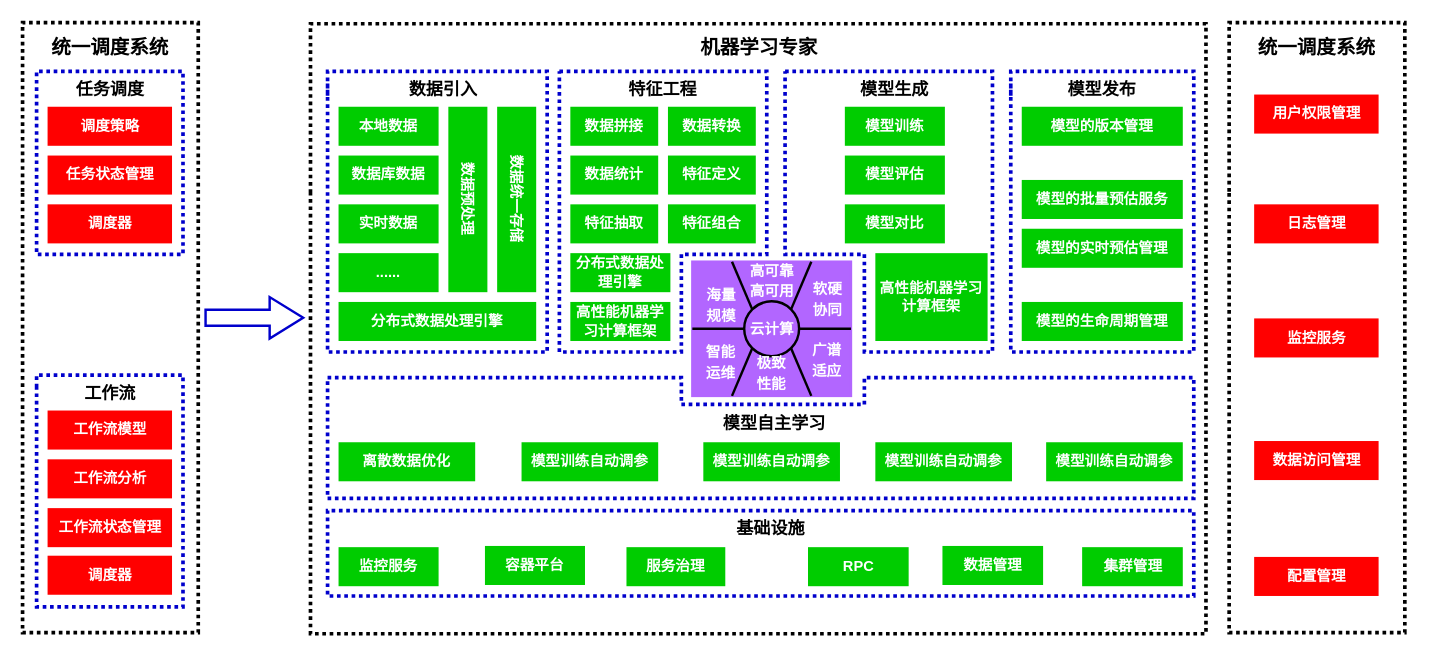
Above: page "第 2 页" (3 of 3) of Untitled Diagram.drawio in chenjgui/Flow-chat (draw.io), before the change. Source tidied: cells renumbered, new cells numbered last; positions are measured from the earlier drawing's top-left corner, leaving out a move shared by most shapes. Both pictures are drawn from the tidied source at 122%, with x=0, y=0 at pixel (22, 22).
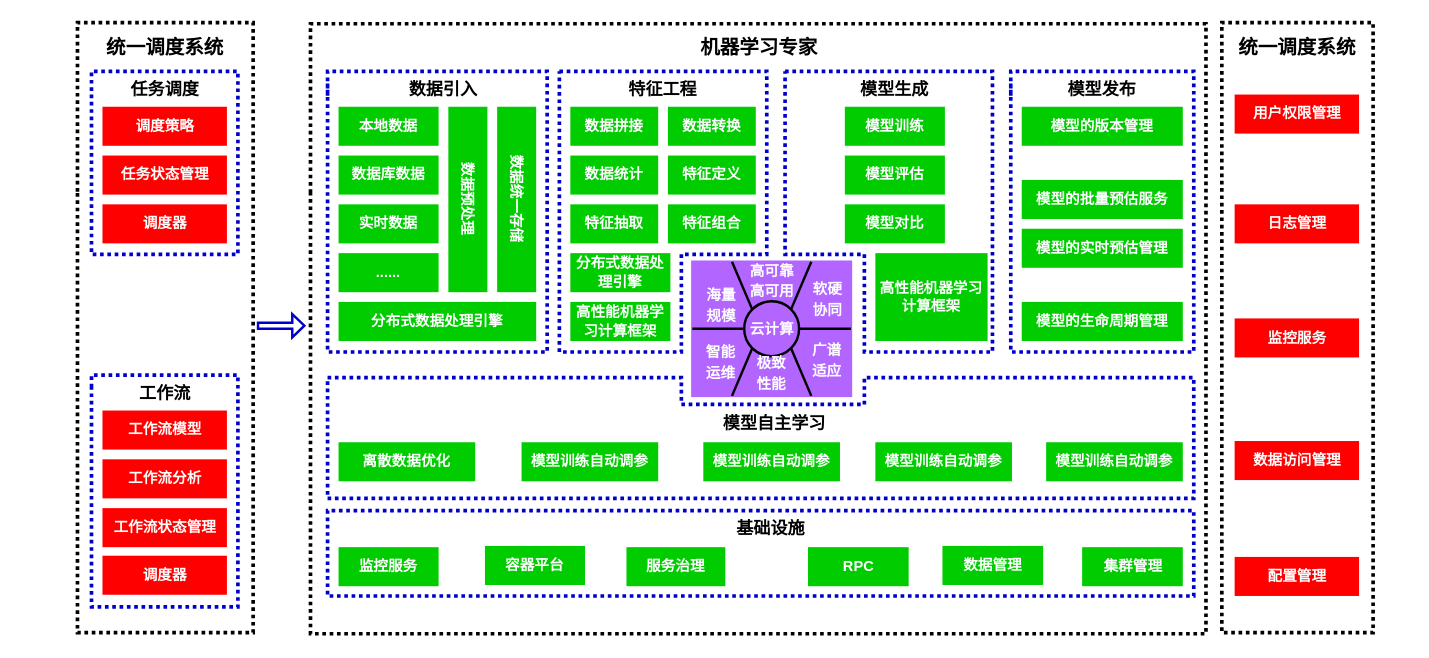
The same page after the edit.

The edit, as a diff of the source:
```diff
@@
     <mxCell id="3" value="&lt;font&gt;&lt;font style=&quot;vertical-align: inherit&quot; color=&quot;#ffffff&quot;&gt;调度策略&lt;/font&gt;&lt;/font&gt;" style="rounded=0;whiteSpace=wrap;html=1;fillColor=#FF0000;strokeColor=#FF0000;strokeWidth=2;fontStyle=1;fontFamily=黑体;" parent="1" vertex="1">
-      <mxGeometry x="21.5" y="70" width="100" height="30" as="geometry" />
+      <mxGeometry x="66.5" y="70" width="100" height="30" as="geometry" />
     </mxCell>
     <mxCell id="4" value="&lt;font color=&quot;#ffffff&quot;&gt;任务状态管理&lt;/font&gt;" style="rounded=0;whiteSpace=wrap;html=1;fillColor=#FF0000;strokeColor=#FF0000;strokeWidth=2;fontStyle=1;fontFamily=黑体;" parent="1" vertex="1">
-      <mxGeometry x="21.5" y="110" width="100" height="30" as="geometry" />
+      <mxGeometry x="66.5" y="110" width="100" height="30" as="geometry" />
     </mxCell>
     <mxCell id="5" value="&lt;font color=&quot;#ffffff&quot;&gt;调度器&lt;/font&gt;" style="rounded=0;whiteSpace=wrap;html=1;fillColor=#FF0000;strokeColor=#FF0000;strokeWidth=2;fontStyle=1;fontFamily=黑体;" parent="1" vertex="1">
-      <mxGeometry x="21.5" y="150" width="100" height="30" as="geometry" />
+      <mxGeometry x="66.5" y="150" width="100" height="30" as="geometry" />
     </mxCell>
     <mxCell id="6" style="endArrow=none;dashed=1;html=1;edgeStyle=orthogonalEdgeStyle;strokeWidth=3;fontFamily=黑体;dashPattern=1 1;strokeColor=#000000;rounded=0;" parent="1" edge="1">
       <mxGeometry relative="1" as="geometry">
-        <mxPoint y="138.7" as="sourcePoint" />
-        <mxPoint y="138.7" as="targetPoint" />
+        <mxPoint x="45" y="138.7" as="sourcePoint" />
+        <mxPoint x="45" y="138.7" as="targetPoint" />
         <Array as="points">
-          <mxPoint />
-          <mxPoint x="144" />
-          <mxPoint x="144" y="500" />
-          <mxPoint y="500" />
+          <mxPoint x="45" />
+          <mxPoint x="189" />
+          <mxPoint x="189" y="500" />
+          <mxPoint x="45" y="500" />
         </Array>
       </mxGeometry>
     </mxCell>
     <mxCell id="7" style="endArrow=none;dashed=1;html=1;edgeStyle=orthogonalEdgeStyle;strokeWidth=3;fontFamily=黑体;dashPattern=1 1;strokeColor=#0000CC;rounded=0;fontStyle=1;" parent="1" edge="1">
       <mxGeometry relative="1" as="geometry">
-        <mxPoint x="11.5" y="50" as="sourcePoint" />
-        <mxPoint x="11.5" y="50" as="targetPoint" />
+        <mxPoint x="56.5" y="50" as="sourcePoint" />
+        <mxPoint x="56.5" y="50" as="targetPoint" />
         <Array as="points">
-          <mxPoint x="11.5" y="40" />
-          <mxPoint x="131.5" y="40" />
-          <mxPoint x="131.5" y="190" />
-          <mxPoint x="11.5" y="190" />
+          <mxPoint x="56.5" y="40" />
+          <mxPoint x="176.5" y="40" />
+          <mxPoint x="176.5" y="190" />
+          <mxPoint x="56.5" y="190" />
         </Array>
       </mxGeometry>
     </mxCell>
     <mxCell id="8" value="任务调度" style="text;html=1;strokeColor=none;fillColor=none;align=center;verticalAlign=middle;whiteSpace=wrap;rounded=0;fontFamily=黑体;fontStyle=1;fontSize=14;" parent="1" vertex="1">
-      <mxGeometry x="26.5" y="45" width="90" height="20" as="geometry" />
+      <mxGeometry x="71.5" y="45" width="90" height="20" as="geometry" />
     </mxCell>
     <mxCell id="9" value="&lt;font color=&quot;#ffffff&quot;&gt;工作流模型&lt;/font&gt;" style="rounded=0;whiteSpace=wrap;html=1;fillColor=#FF0000;strokeColor=#FF0000;strokeWidth=2;fontStyle=1;fontFamily=黑体;" parent="1" vertex="1">
-      <mxGeometry x="21.5" y="319" width="100" height="30" as="geometry" />
+      <mxGeometry x="66.5" y="319" width="100" height="30" as="geometry" />
     </mxCell>
     <mxCell id="10" value="&lt;font color=&quot;#ffffff&quot;&gt;工作流分析&lt;/font&gt;" style="rounded=0;whiteSpace=wrap;html=1;fillColor=#FF0000;strokeColor=#FF0000;strokeWidth=2;fontStyle=1;fontFamily=黑体;" parent="1" vertex="1">
-      <mxGeometry x="21.5" y="359" width="100" height="30" as="geometry" />
+      <mxGeometry x="66.5" y="359" width="100" height="30" as="geometry" />
     </mxCell>
     <mxCell id="11" value="&lt;font color=&quot;#ffffff&quot;&gt;工作流状态管理&lt;/font&gt;" style="rounded=0;whiteSpace=wrap;html=1;fillColor=#FF0000;strokeColor=#FF0000;strokeWidth=2;fontStyle=1;fontFamily=黑体;" parent="1" vertex="1">
-      <mxGeometry x="21.5" y="399" width="100" height="30" as="geometry" />
+      <mxGeometry x="66.5" y="399" width="100" height="30" as="geometry" />
     </mxCell>
     <mxCell id="12" style="endArrow=none;dashed=1;html=1;edgeStyle=orthogonalEdgeStyle;strokeWidth=3;fontFamily=黑体;dashPattern=1 1;strokeColor=#0000CC;rounded=0;fontStyle=1;" parent="1" edge="1">
       <mxGeometry relative="1" as="geometry">
-        <mxPoint x="11.5" y="299" as="sourcePoint" />
-        <mxPoint x="11.5" y="299" as="targetPoint" />
+        <mxPoint x="56.5" y="299" as="sourcePoint" />
+        <mxPoint x="56.5" y="299" as="targetPoint" />
         <Array as="points">
-          <mxPoint x="11.5" y="289" />
-          <mxPoint x="131.5" y="289" />
-          <mxPoint x="131.5" y="479" />
-          <mxPoint x="11.5" y="479" />
+          <mxPoint x="56.5" y="289" />
+          <mxPoint x="176.5" y="289" />
+          <mxPoint x="176.5" y="479" />
+          <mxPoint x="56.5" y="479" />
         </Array>
       </mxGeometry>
     </mxCell>
     <mxCell id="13" value="工作流" style="text;html=1;strokeColor=none;fillColor=none;align=center;verticalAlign=middle;whiteSpace=wrap;rounded=0;fontFamily=黑体;fontStyle=1;fontSize=14;" parent="1" vertex="1">
-      <mxGeometry x="26.5" y="294" width="90" height="20" as="geometry" />
+      <mxGeometry x="71.5" y="294" width="90" height="20" as="geometry" />
     </mxCell>
     <mxCell id="14" value="&lt;font color=&quot;#ffffff&quot;&gt;调度器&lt;/font&gt;" style="rounded=0;whiteSpace=wrap;html=1;fillColor=#FF0000;strokeColor=#FF0000;strokeWidth=2;fontStyle=1;fontFamily=黑体;" parent="1" vertex="1">
-      <mxGeometry x="21.5" y="438" width="100" height="30" as="geometry" />
+      <mxGeometry x="66.5" y="438" width="100" height="30" as="geometry" />
     </mxCell>
     <mxCell id="15" value="&lt;font style=&quot;font-size: 16px&quot;&gt;统一调度系统&lt;/font&gt;" style="text;html=1;strokeColor=none;fillColor=none;align=center;verticalAlign=middle;whiteSpace=wrap;rounded=0;fontFamily=黑体;fontStyle=1;fontSize=14;" parent="1" vertex="1">
-      <mxGeometry x="11.5" width="120" height="40" as="geometry" />
+      <mxGeometry x="56.5" width="120" height="40" as="geometry" />
     </mxCell>
@@
     <mxCell id="76" value="&lt;font&gt;用户权限管理&lt;/font&gt;" style="rounded=0;whiteSpace=wrap;html=1;fillColor=#FF0000;strokeColor=#FF0000;strokeWidth=2;fontStyle=1;fontFamily=黑体;fontColor=#FFFFFF;" parent="1" vertex="1">
-      <mxGeometry x="1010.5" y="60" width="100" height="30" as="geometry" />
+      <mxGeometry x="994.5" y="60" width="100" height="30" as="geometry" />
     </mxCell>
     <mxCell id="77" value="&lt;font&gt;日志管理&lt;/font&gt;" style="rounded=0;whiteSpace=wrap;html=1;fillColor=#FF0000;strokeColor=#FF0000;strokeWidth=2;fontStyle=1;fontFamily=黑体;fontColor=#FFFFFF;" parent="1" vertex="1">
-      <mxGeometry x="1010.5" y="150" width="100" height="30" as="geometry" />
+      <mxGeometry x="994.5" y="150" width="100" height="30" as="geometry" />
     </mxCell>
     <mxCell id="78" value="&lt;font&gt;监控服务&lt;/font&gt;" style="rounded=0;whiteSpace=wrap;html=1;fillColor=#FF0000;strokeColor=#FF0000;strokeWidth=2;fontStyle=1;fontFamily=黑体;fontColor=#FFFFFF;" parent="1" vertex="1">
-      <mxGeometry x="1010.5" y="243.5" width="100" height="30" as="geometry" />
+      <mxGeometry x="994.5" y="243.5" width="100" height="30" as="geometry" />
     </mxCell>
     <mxCell id="79" style="endArrow=none;dashed=1;html=1;edgeStyle=orthogonalEdgeStyle;strokeWidth=3;fontFamily=黑体;dashPattern=1 1;strokeColor=#000000;rounded=0;" parent="1" edge="1">
       <mxGeometry relative="1" as="geometry">
-        <mxPoint x="989" y="138.7" as="sourcePoint" />
-        <mxPoint x="989" y="138.7" as="targetPoint" />
+        <mxPoint x="983" y="138.7" as="sourcePoint" />
+        <mxPoint x="983" y="138.7" as="targetPoint" />
         <Array as="points">
-          <mxPoint x="989" />
-          <mxPoint x="1133" />
-          <mxPoint x="1133" y="500" />
-          <mxPoint x="989" y="500" />
+          <mxPoint x="983" />
+          <mxPoint x="1107" />
+          <mxPoint x="1107" y="500" />
+          <mxPoint x="983" y="500" />
         </Array>
       </mxGeometry>
     </mxCell>
     <mxCell id="80" value="&lt;font&gt;数据访问管理&lt;/font&gt;" style="rounded=0;whiteSpace=wrap;html=1;fillColor=#FF0000;strokeColor=#FF0000;strokeWidth=2;fontStyle=1;fontFamily=黑体;fontColor=#FFFFFF;" parent="1" vertex="1">
-      <mxGeometry x="1010.5" y="344" width="100" height="30" as="geometry" />
+      <mxGeometry x="994.5" y="344" width="100" height="30" as="geometry" />
     </mxCell>
     <mxCell id="81" value="&lt;font&gt;配置管理&lt;/font&gt;" style="rounded=0;whiteSpace=wrap;html=1;fillColor=#FF0000;strokeColor=#FF0000;strokeWidth=2;fontStyle=1;fontFamily=黑体;fontColor=#FFFFFF;" parent="1" vertex="1">
-      <mxGeometry x="1010.5" y="439" width="100" height="30" as="geometry" />
+      <mxGeometry x="994.5" y="439" width="100" height="30" as="geometry" />
     </mxCell>
     <mxCell id="82" value="&lt;font style=&quot;font-size: 16px&quot;&gt;统一调度系统&lt;/font&gt;" style="text;html=1;strokeColor=none;fillColor=none;align=center;verticalAlign=middle;whiteSpace=wrap;rounded=0;fontFamily=黑体;fontStyle=1;fontSize=14;" parent="1" vertex="1">
-      <mxGeometry x="1000.5" width="120" height="40" as="geometry" />
+      <mxGeometry x="984.5" width="120" height="40" as="geometry" />
     </mxCell>
@@
-    <mxCell id="84" style="shape=singleArrow;whiteSpace=wrap;html=1;arrowWidth=0.384083044982694;arrowSize=0.34338235294117647;strokeWidth=2;fillColor=#FFFFFF;strokeColor=#0000CC;fontColor=#ffffff;fontFamily=黑体;" parent="1" vertex="1">
-      <mxGeometry x="150" y="225" width="80" height="34" as="geometry" />
+    <mxCell id="84" style="shape=singleArrow;whiteSpace=wrap;html=1;arrowWidth=0.26470588235293785;arrowSize=0.2614942528735621;strokeWidth=2;fillColor=#FFFFFF;strokeColor=#0000CC;fontColor=#ffffff;fontFamily=黑体;" parent="1" vertex="1">
+      <mxGeometry x="193" y="239" width="38" height="19" as="geometry" />
     </mxCell>
```
